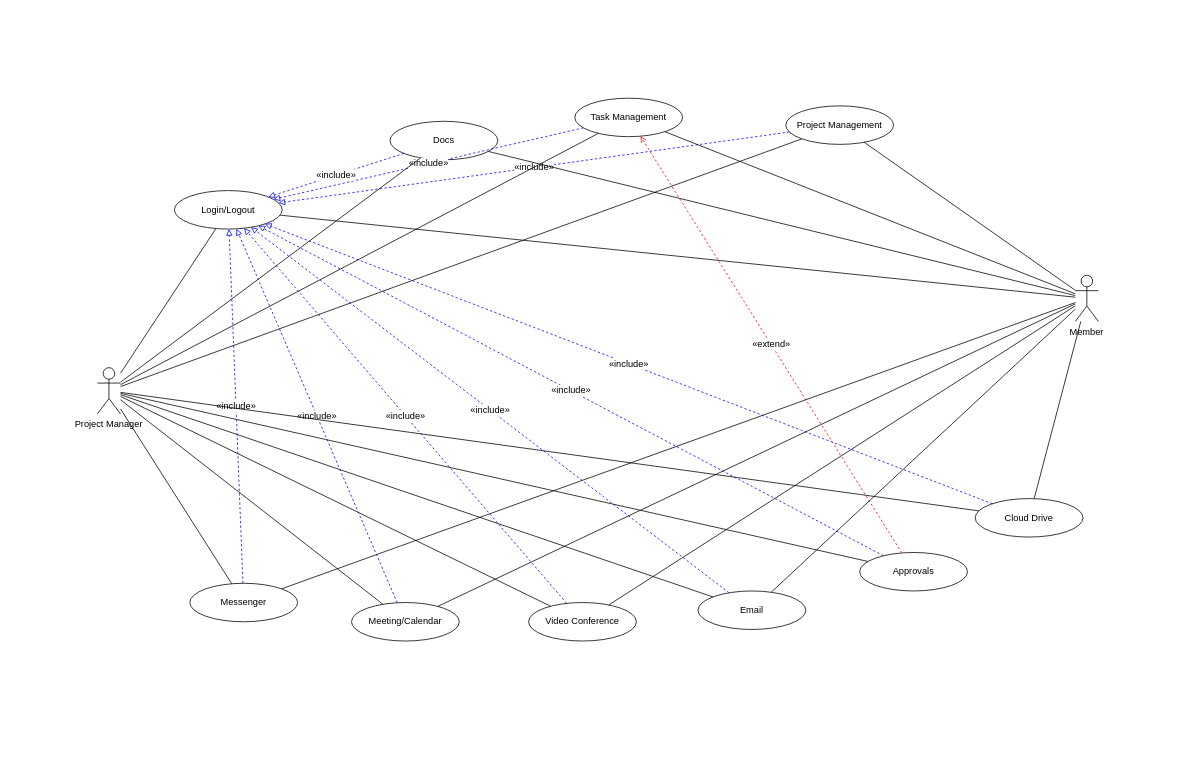
Before: diagram/unitydesk-usecase.drawio in AzazelXXI/unitydesk, a draw.io diagram. Source tidied: cells renumbered, new cells numbered last; positions are measured from the earlier drawing's top-left corner, leaving out a move shared by most shapes. Both pictures are drawn from the tidied source at 77%, with x=0, y=0 at pixel (97, 98).
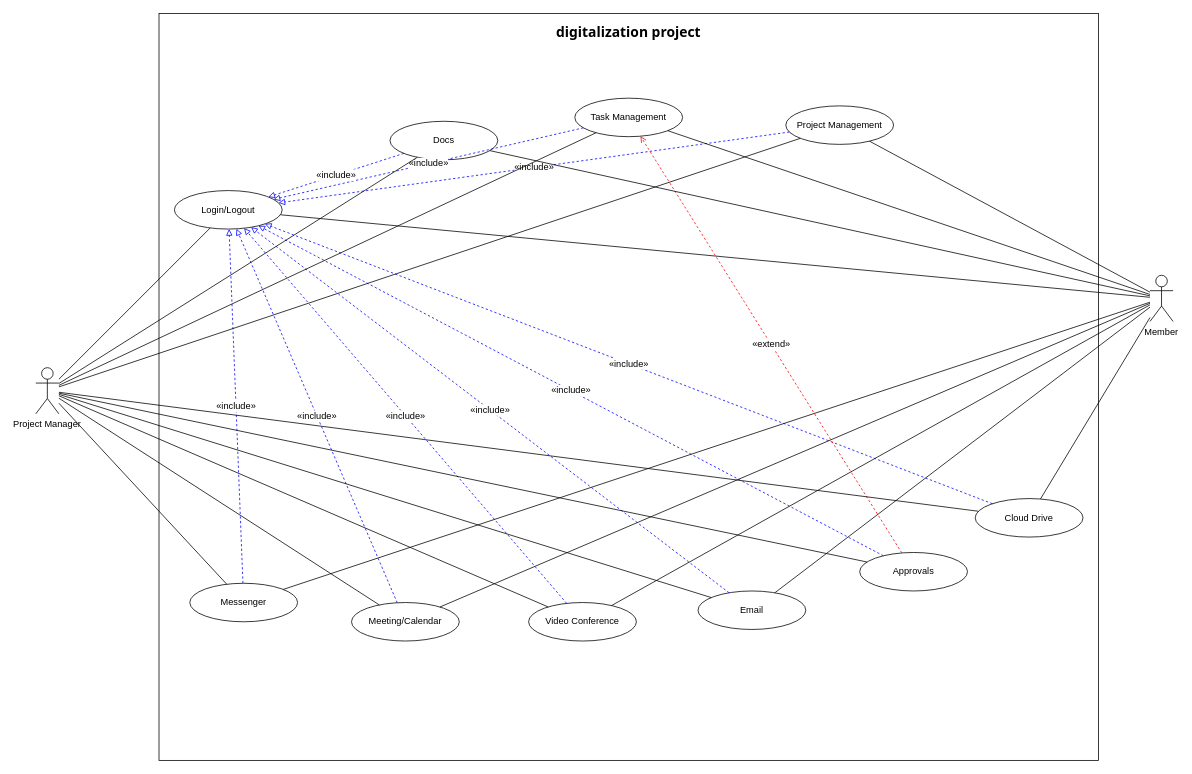
The same diagram, later.

Change to the diagram source:
```diff
@@
-<mxGraphModel>
+<mxGraphModel background="#ffffff">
@@
+    <mxCell id="43" style="rounded=0;whiteSpace=wrap;html=1;" parent="1" vertex="1">
+      <mxGeometry x="80" y="-110" width="1220" height="970" as="geometry" />
+    </mxCell>
@@
     <mxCell id="3" value="Project Manager" style="shape=umlActor;verticalLabelPosition=bottom;verticalAlign=top;" parent="1" vertex="1">
-      <mxGeometry y="350" width="30" height="60" as="geometry" />
+      <mxGeometry x="-80" y="350" width="30" height="60" as="geometry" />
     </mxCell>
     <mxCell id="4" value="Member" style="shape=umlActor;verticalLabelPosition=bottom;verticalAlign=top;" parent="1" vertex="1">
-      <mxGeometry x="1270" y="230" width="30" height="60" as="geometry" />
+      <mxGeometry x="1367" y="230" width="30" height="60" as="geometry" />
     </mxCell>
@@
+    <mxCell id="44" value="&lt;span style=&quot;font-family: system-ui, Ubuntu, &amp;quot;Droid Sans&amp;quot;, sans-serif; text-align: start;&quot;&gt;digitalization project&lt;/span&gt;" style="text;html=1;align=center;verticalAlign=middle;whiteSpace=wrap;rounded=0;fontColor=default;fontSize=18;fontStyle=1;" parent="1" vertex="1">
+      <mxGeometry x="585" y="-100" width="210" height="30" as="geometry" />
+    </mxCell>
```
